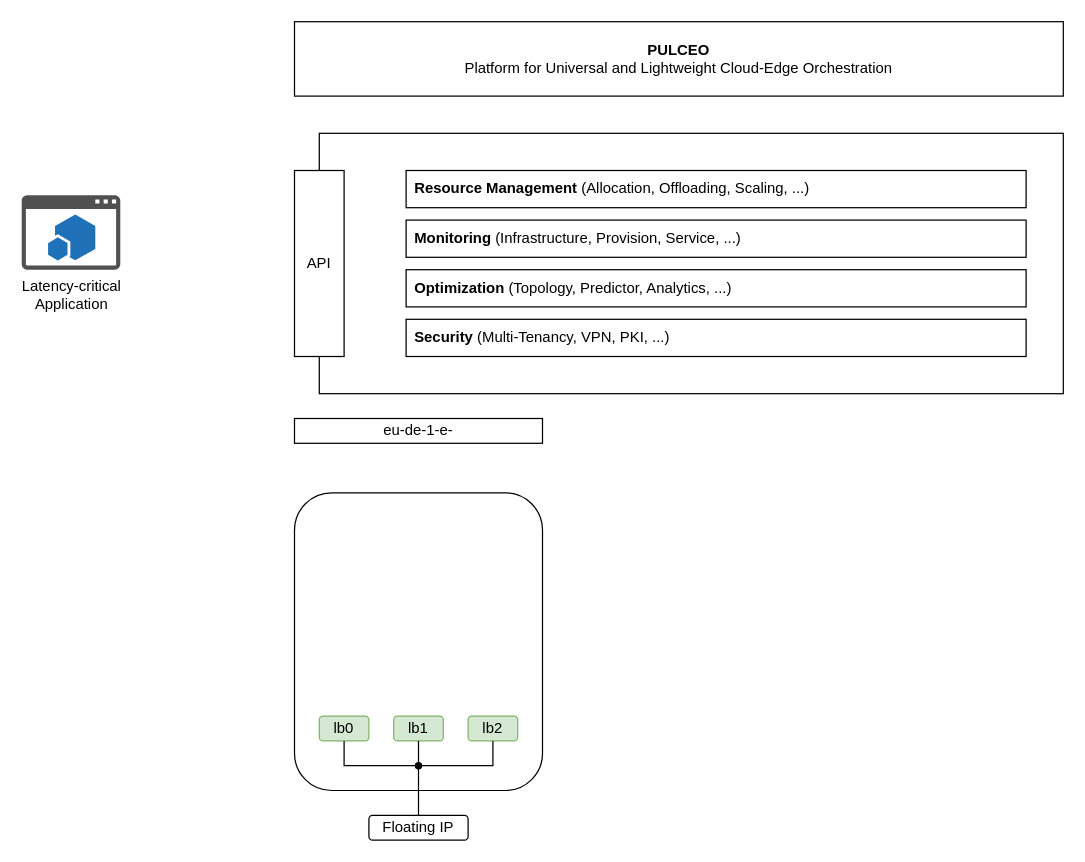
spboehm/pulceo-docs keeps this draw.io diagram as src/assets/pulceo-high-level-overview.drawio. Above is the earlier version. Source tidied: cells renumbered, new cells numbered last; positions are measured from the earlier drawing's top-left corner, leaving out a move shared by most shapes. Both pictures are drawn from the tidied source at 124%, with x=0, y=0 at pixel (21, 21).
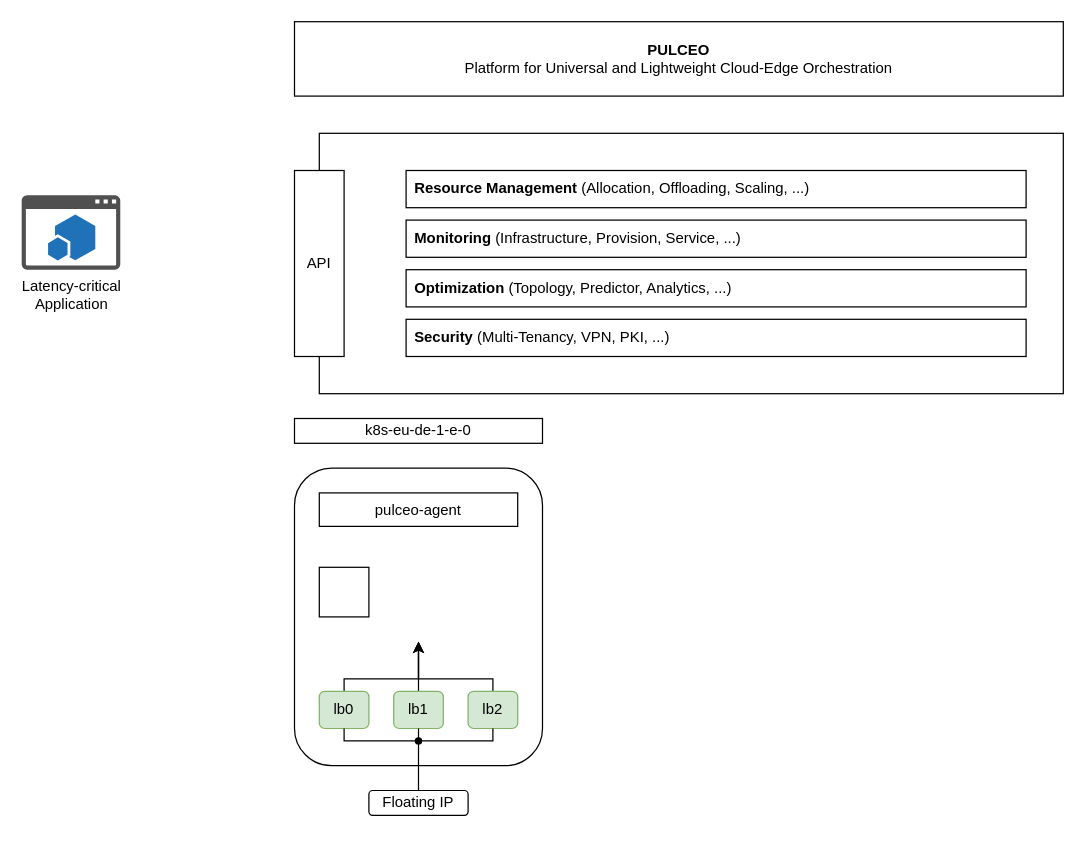
Above is the later version.

Commit message (it also covers changes not shown here):
update pulceo-high-level-overview

What changed in the source:
```diff
@@
     <mxCell id="2" style="rounded=1;whiteSpace=wrap;html=1;fillColor=none;" parent="1" vertex="1">
-      <mxGeometry x="220" y="380" width="200" height="240" as="geometry" />
+      <mxGeometry x="220" y="360" width="200" height="240" as="geometry" />
     </mxCell>
@@
+    <mxCell id="21" style="edgeStyle=orthogonalEdgeStyle;rounded=0;jettySize=auto;html=1;entryX=0.42;entryY=0.565;entryDx=0;entryDy=0;entryPerimeter=0;" parent="1" edge="1" source="11">
+      <mxGeometry relative="1" as="geometry">
+        <mxPoint x="320" y="500" as="targetPoint" />
+        <Array as="points">
+          <mxPoint x="260" y="530" />
+          <mxPoint x="320" y="530" />
+        </Array>
+      </mxGeometry>
+    </mxCell>
     <mxCell id="11" value="lb0" style="rounded=1;whiteSpace=wrap;html=1;fillColor=#d5e8d4;strokeColor=#82b366;" parent="1" vertex="1">
-      <mxGeometry x="240" y="560" width="40" height="20" as="geometry" />
+      <mxGeometry x="240" y="540" width="40" height="30" as="geometry" />
     </mxCell>
+    <mxCell id="22" style="edgeStyle=orthogonalEdgeStyle;rounded=0;jettySize=auto;html=1;entryX=0.48;entryY=0.399;entryDx=0;entryDy=0;entryPerimeter=0;" parent="1" edge="1" source="12">
+      <mxGeometry relative="1" as="geometry">
+        <mxPoint x="320" y="500" as="targetPoint" />
+      </mxGeometry>
+    </mxCell>
     <mxCell id="12" value="lb1" style="rounded=1;whiteSpace=wrap;html=1;fillColor=#d5e8d4;strokeColor=#82b366;" parent="1" vertex="1">
-      <mxGeometry x="300" y="560" width="40" height="20" as="geometry" />
+      <mxGeometry x="300" y="540" width="40" height="30" as="geometry" />
     </mxCell>
+    <mxCell id="23" style="edgeStyle=orthogonalEdgeStyle;rounded=0;jettySize=auto;html=1;entryX=0.25;entryY=0.5;entryDx=0;entryDy=0;entryPerimeter=0;" parent="1" edge="1" source="13">
+      <mxGeometry relative="1" as="geometry">
+        <mxPoint x="320" y="500" as="targetPoint" />
+        <Array as="points">
+          <mxPoint x="380" y="530" />
+          <mxPoint x="320" y="530" />
+        </Array>
+      </mxGeometry>
+    </mxCell>
     <mxCell id="13" value="lb2" style="rounded=1;whiteSpace=wrap;html=1;fillColor=#d5e8d4;strokeColor=#82b366;" parent="1" vertex="1">
-      <mxGeometry x="360" y="560" width="40" height="20" as="geometry" />
+      <mxGeometry x="360" y="540" width="40" height="30" as="geometry" />
     </mxCell>
     <mxCell id="14" style="shape=waypoint;sketch=0;fillStyle=solid;size=6;points=[];fillColor=none;perimeter=centerPerimeter;snapToPoint=1;" parent="1" vertex="1">
-      <mxGeometry x="300" y="580" width="40" height="40" as="geometry" />
+      <mxGeometry x="300" y="560" width="40" height="40" as="geometry" />
     </mxCell>
     <mxCell id="15" style="endArrow=none;html=1;rounded=0;entryX=0.5;entryY=1;entryDx=0;entryDy=0;" parent="1" edge="1" source="14" target="13">
       <mxGeometry relative="1" as="geometry">
         <Array as="points">
-          <mxPoint x="380" y="600" />
+          <mxPoint x="380" y="580" />
         </Array>
       </mxGeometry>
     </mxCell>
@@
     <mxCell id="17" style="endArrow=none;html=1;rounded=0;exitX=0.404;exitY=0.568;exitDx=0;exitDy=0;exitPerimeter=0;entryX=0.5;entryY=1;entryDx=0;entryDy=0;" parent="1" edge="1" source="14" target="11">
       <mxGeometry relative="1" as="geometry">
         <Array as="points">
-          <mxPoint x="260" y="600" />
+          <mxPoint x="260" y="580" />
         </Array>
       </mxGeometry>
     </mxCell>
     <mxCell id="18" value="Floating IP" style="rounded=1;whiteSpace=wrap;html=1;fillColor=default;" parent="1" vertex="1">
-      <mxGeometry x="280" y="640" width="80" height="20" as="geometry" />
+      <mxGeometry x="280" y="620" width="80" height="20" as="geometry" />
     </mxCell>
@@
-    <mxCell id="20" value="eu-de-1-e-" style="rounded=0;whiteSpace=wrap;html=1;fillColor=default;" parent="1" vertex="1">
+    <mxCell id="20" value="k8s-eu-de-1-e-0" style="rounded=0;whiteSpace=wrap;html=1;fillColor=default;" parent="1" vertex="1">
       <mxGeometry x="220" y="320" width="200" height="20" as="geometry" />
     </mxCell>
+    <mxCell id="24" value="pulceo-agent" style="rounded=0;whiteSpace=wrap;html=1;" parent="1" vertex="1">
+      <mxGeometry x="240" y="380" width="160" height="27" as="geometry" />
+    </mxCell>
+    <mxCell id="25" style="rounded=0;whiteSpace=wrap;html=1;" parent="1" vertex="1">
+      <mxGeometry x="240" y="440" width="40" height="40" as="geometry" />
+    </mxCell>
```
